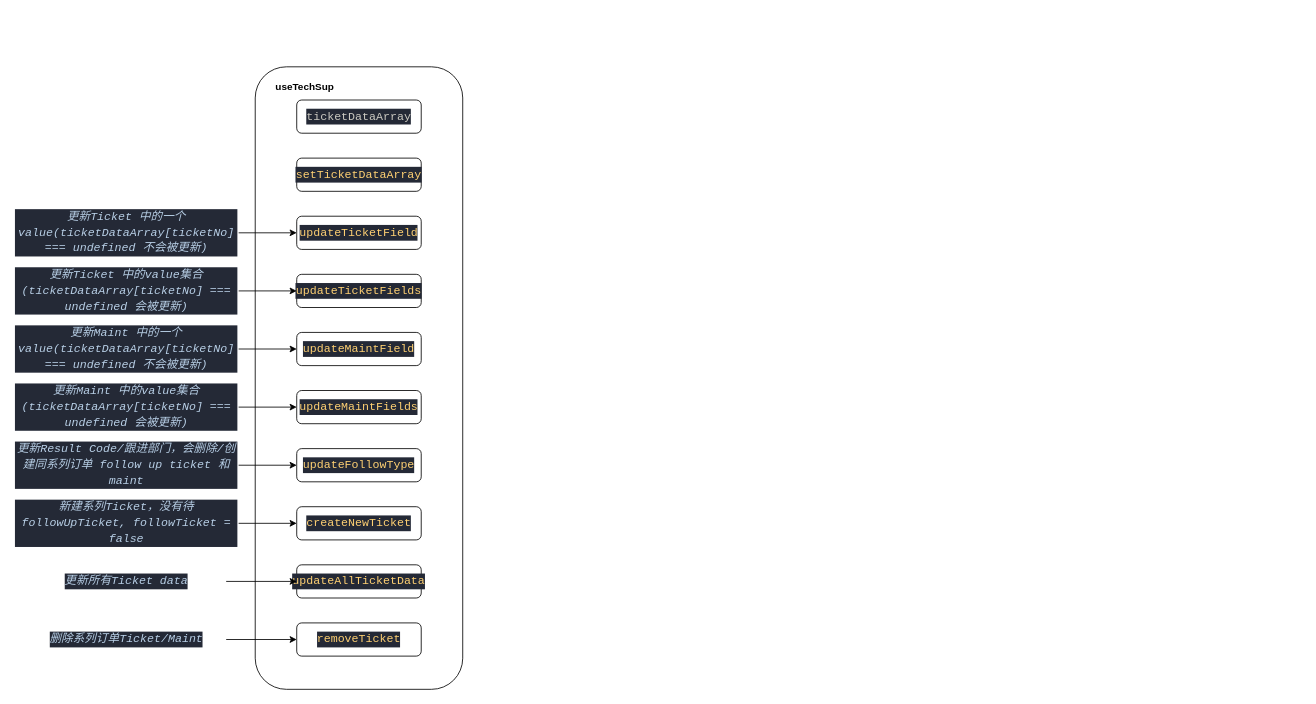
Above: AIOM store review.drawio in guidecheckwang1024/- (draw.io), before the change. Source tidied: cells renumbered, new cells numbered last; positions are measured from the earlier drawing's top-left corner, leaving out a move shared by most shapes. Both pictures are drawn from the tidied source at 83%, with x=0, y=0 at pixel (14, 66).
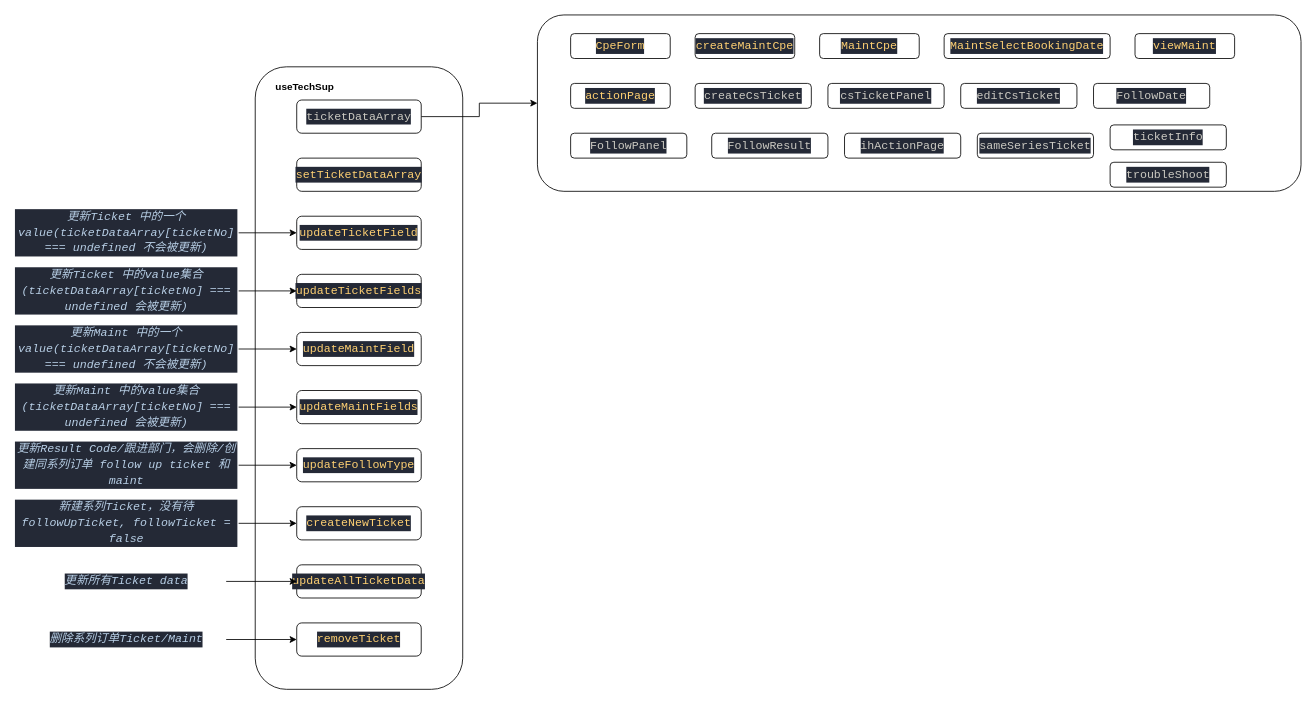
The same page after the edit.

Unchanged cells that the change refers to:
```xml
<mxCell id="3" value="&lt;div style=&quot;color: rgb(204, 202, 194); background-color: rgb(36, 41, 54); font-family: Consolas, &amp;quot;Courier New&amp;quot;, monospace; font-size: 14px; line-height: 19px;&quot;&gt;ticketDataArray&lt;/div&gt;" style="rounded=1;whiteSpace=wrap;html=1;" parent="1" vertex="1">
  <mxGeometry x="340" y="40" width="150" height="40" as="geometry" />
</mxCell>
```

What changed in the source:
```diff
@@
+    <mxCell id="31" style="edgeStyle=orthogonalEdgeStyle;rounded=0;jettySize=auto;html=1;" parent="1" edge="1" source="3" target="32">
+      <mxGeometry relative="1" as="geometry" />
+    </mxCell>
@@
+    <mxCell id="32" style="rounded=1;whiteSpace=wrap;html=1;" parent="1" vertex="1">
+      <mxGeometry x="630" y="-62.5" width="920" height="212.5" as="geometry" />
+    </mxCell>
+    <mxCell id="33" value="&lt;div style=&quot;color: rgb(204, 202, 194); background-color: rgb(36, 41, 54); font-family: Consolas, &amp;quot;Courier New&amp;quot;, monospace; font-size: 14px; line-height: 19px;&quot;&gt;&lt;span style=&quot;color: #ffd173;&quot;&gt;CpeForm&lt;/span&gt;&lt;/div&gt;" style="rounded=1;whiteSpace=wrap;html=1;" parent="1" vertex="1">
+      <mxGeometry x="670" y="-40" width="120" height="30" as="geometry" />
+    </mxCell>
+    <mxCell id="34" value="&lt;div style=&quot;background-color: rgb(36, 41, 54); font-family: Consolas, &amp;quot;Courier New&amp;quot;, monospace; font-size: 14px; line-height: 19px;&quot;&gt;&lt;font color=&quot;#ffd173&quot;&gt;createMaintCpe&lt;/font&gt;&lt;/div&gt;" style="rounded=1;whiteSpace=wrap;html=1;" parent="1" vertex="1">
+      <mxGeometry x="820" y="-40" width="120" height="30" as="geometry" />
+    </mxCell>
+    <mxCell id="35" value="&lt;div style=&quot;background-color: rgb(36, 41, 54); font-family: Consolas, &amp;quot;Courier New&amp;quot;, monospace; font-size: 14px; line-height: 19px;&quot;&gt;&lt;font color=&quot;#ffd173&quot;&gt;MaintCpe&lt;/font&gt;&lt;/div&gt;" style="rounded=1;whiteSpace=wrap;html=1;" parent="1" vertex="1">
+      <mxGeometry x="970" y="-40" width="120" height="30" as="geometry" />
+    </mxCell>
+    <mxCell id="36" value="&lt;div style=&quot;background-color: rgb(36, 41, 54); font-family: Consolas, &amp;quot;Courier New&amp;quot;, monospace; font-size: 14px; line-height: 19px;&quot;&gt;&lt;font color=&quot;#ffd173&quot;&gt;MaintSelectBookingDate&lt;/font&gt;&lt;/div&gt;" style="rounded=1;whiteSpace=wrap;html=1;" parent="1" vertex="1">
+      <mxGeometry x="1120" y="-40" width="200" height="30" as="geometry" />
+    </mxCell>
+    <mxCell id="37" value="&lt;div style=&quot;background-color: rgb(36, 41, 54); font-family: Consolas, &amp;quot;Courier New&amp;quot;, monospace; font-size: 14px; line-height: 19px;&quot;&gt;&lt;font color=&quot;#ffd173&quot;&gt;viewMaint&lt;/font&gt;&lt;/div&gt;" style="rounded=1;whiteSpace=wrap;html=1;" parent="1" vertex="1">
+      <mxGeometry x="1350" y="-40" width="120" height="30" as="geometry" />
+    </mxCell>
+    <mxCell id="38" value="&lt;div style=&quot;background-color: rgb(36, 41, 54); font-family: Consolas, &amp;quot;Courier New&amp;quot;, monospace; font-size: 14px; line-height: 19px;&quot;&gt;&lt;font color=&quot;#ffd173&quot;&gt;actionPage&lt;/font&gt;&lt;/div&gt;" style="rounded=1;whiteSpace=wrap;html=1;" parent="1" vertex="1">
+      <mxGeometry x="670" y="20" width="120" height="30" as="geometry" />
+    </mxCell>
+    <mxCell id="39" value="&lt;div style=&quot;background-color: rgb(36, 41, 54); font-family: Consolas, &amp;quot;Courier New&amp;quot;, monospace; font-size: 14px; line-height: 19px;&quot;&gt;&lt;div style=&quot;color: rgb(204, 202, 194); line-height: 19px;&quot;&gt;createCsTicket&lt;/div&gt;&lt;/div&gt;" style="rounded=1;whiteSpace=wrap;html=1;" parent="1" vertex="1">
+      <mxGeometry x="820" y="20" width="140" height="30" as="geometry" />
+    </mxCell>
+    <mxCell id="40" value="&lt;div style=&quot;background-color: rgb(36, 41, 54); font-family: Consolas, &amp;quot;Courier New&amp;quot;, monospace; font-size: 14px; line-height: 19px;&quot;&gt;&lt;div style=&quot;color: rgb(204, 202, 194); line-height: 19px;&quot;&gt;csTicketPanel&lt;/div&gt;&lt;/div&gt;" style="rounded=1;whiteSpace=wrap;html=1;" parent="1" vertex="1">
+      <mxGeometry x="980" y="20" width="140" height="30" as="geometry" />
+    </mxCell>
+    <mxCell id="41" value="&lt;div style=&quot;background-color: rgb(36, 41, 54); font-family: Consolas, &amp;quot;Courier New&amp;quot;, monospace; font-size: 14px; line-height: 19px;&quot;&gt;&lt;div style=&quot;color: rgb(204, 202, 194); line-height: 19px;&quot;&gt;editCsTicket&lt;/div&gt;&lt;/div&gt;" style="rounded=1;whiteSpace=wrap;html=1;" parent="1" vertex="1">
+      <mxGeometry x="1140" y="20" width="140" height="30" as="geometry" />
+    </mxCell>
+    <mxCell id="42" value="&lt;div style=&quot;background-color: rgb(36, 41, 54); font-family: Consolas, &amp;quot;Courier New&amp;quot;, monospace; font-size: 14px; line-height: 19px;&quot;&gt;&lt;div style=&quot;color: rgb(204, 202, 194); line-height: 19px;&quot;&gt;&lt;div style=&quot;line-height: 19px;&quot;&gt;FollowDate&lt;/div&gt;&lt;/div&gt;&lt;/div&gt;" style="rounded=1;whiteSpace=wrap;html=1;" parent="1" vertex="1">
+      <mxGeometry x="1300" y="20" width="140" height="30" as="geometry" />
+    </mxCell>
+    <mxCell id="43" value="&lt;div style=&quot;background-color: rgb(36, 41, 54); font-family: Consolas, &amp;quot;Courier New&amp;quot;, monospace; font-size: 14px; line-height: 19px;&quot;&gt;&lt;div style=&quot;color: rgb(204, 202, 194); line-height: 19px;&quot;&gt;&lt;div style=&quot;line-height: 19px;&quot;&gt;&lt;div style=&quot;line-height: 19px;&quot;&gt;FollowPanel&lt;/div&gt;&lt;/div&gt;&lt;/div&gt;&lt;/div&gt;" style="rounded=1;whiteSpace=wrap;html=1;" parent="1" vertex="1">
+      <mxGeometry x="670" y="80" width="140" height="30" as="geometry" />
+    </mxCell>
+    <mxCell id="44" value="&lt;div style=&quot;background-color: rgb(36, 41, 54); font-family: Consolas, &amp;quot;Courier New&amp;quot;, monospace; font-size: 14px; line-height: 19px;&quot;&gt;&lt;div style=&quot;color: rgb(204, 202, 194); line-height: 19px;&quot;&gt;&lt;div style=&quot;line-height: 19px;&quot;&gt;&lt;div style=&quot;line-height: 19px;&quot;&gt;&lt;div style=&quot;line-height: 19px;&quot;&gt;FollowResult&lt;/div&gt;&lt;/div&gt;&lt;/div&gt;&lt;/div&gt;&lt;/div&gt;" style="rounded=1;whiteSpace=wrap;html=1;" parent="1" vertex="1">
+      <mxGeometry x="840" y="80" width="140" height="30" as="geometry" />
+    </mxCell>
+    <mxCell id="45" value="&lt;div style=&quot;background-color: rgb(36, 41, 54); font-family: Consolas, &amp;quot;Courier New&amp;quot;, monospace; font-size: 14px; line-height: 19px;&quot;&gt;&lt;div style=&quot;color: rgb(204, 202, 194); line-height: 19px;&quot;&gt;&lt;div style=&quot;line-height: 19px;&quot;&gt;&lt;div style=&quot;line-height: 19px;&quot;&gt;&lt;div style=&quot;line-height: 19px;&quot;&gt;ihActionPage&lt;/div&gt;&lt;/div&gt;&lt;/div&gt;&lt;/div&gt;&lt;/div&gt;" style="rounded=1;whiteSpace=wrap;html=1;" parent="1" vertex="1">
+      <mxGeometry x="1000" y="80" width="140" height="30" as="geometry" />
+    </mxCell>
+    <mxCell id="46" value="&lt;div style=&quot;background-color: rgb(36, 41, 54); font-family: Consolas, &amp;quot;Courier New&amp;quot;, monospace; font-size: 14px; line-height: 19px;&quot;&gt;&lt;div style=&quot;color: rgb(204, 202, 194); line-height: 19px;&quot;&gt;&lt;div style=&quot;line-height: 19px;&quot;&gt;&lt;div style=&quot;line-height: 19px;&quot;&gt;&lt;div style=&quot;line-height: 19px;&quot;&gt;sameSeriesTicket&lt;/div&gt;&lt;/div&gt;&lt;/div&gt;&lt;/div&gt;&lt;/div&gt;" style="rounded=1;whiteSpace=wrap;html=1;" parent="1" vertex="1">
+      <mxGeometry x="1160" y="80" width="140" height="30" as="geometry" />
+    </mxCell>
+    <mxCell id="47" value="&lt;div style=&quot;background-color: rgb(36, 41, 54); font-family: Consolas, &amp;quot;Courier New&amp;quot;, monospace; font-size: 14px; line-height: 19px;&quot;&gt;&lt;div style=&quot;color: rgb(204, 202, 194); line-height: 19px;&quot;&gt;&lt;div style=&quot;line-height: 19px;&quot;&gt;&lt;div style=&quot;line-height: 19px;&quot;&gt;&lt;div style=&quot;line-height: 19px;&quot;&gt;troubleShoot&lt;/div&gt;&lt;/div&gt;&lt;/div&gt;&lt;/div&gt;&lt;/div&gt;" style="rounded=1;whiteSpace=wrap;html=1;" parent="1" vertex="1">
+      <mxGeometry x="1320" y="115" width="140" height="30" as="geometry" />
+    </mxCell>
+    <mxCell id="48" value="&lt;div style=&quot;background-color: rgb(36, 41, 54); font-family: Consolas, &amp;quot;Courier New&amp;quot;, monospace; font-size: 14px; line-height: 19px;&quot;&gt;&lt;div style=&quot;color: rgb(204, 202, 194); line-height: 19px;&quot;&gt;&lt;div style=&quot;line-height: 19px;&quot;&gt;&lt;div style=&quot;line-height: 19px;&quot;&gt;&lt;div style=&quot;line-height: 19px;&quot;&gt;ticketInfo&lt;/div&gt;&lt;/div&gt;&lt;/div&gt;&lt;/div&gt;&lt;/div&gt;" style="rounded=1;whiteSpace=wrap;html=1;" parent="1" vertex="1">
+      <mxGeometry x="1320" y="70" width="140" height="30" as="geometry" />
+    </mxCell>
```
